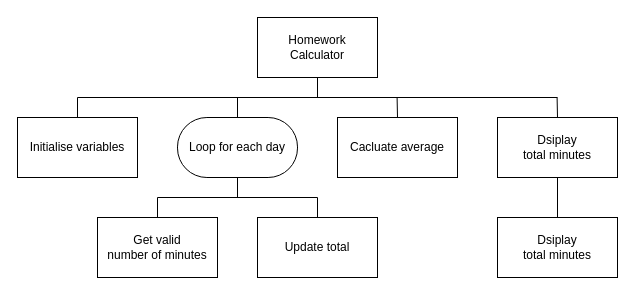
Before: n5-cs/sdd/N5-SDD-Homework/assets/N5-SDD-Homework.drawio in MrFriendCS/MrFriendCS.github.io, a draw.io diagram. Source tidied: cells renumbered, new cells numbered last; positions are measured from the earlier drawing's top-left corner, leaving out a move shared by most shapes. Both pictures are drawn from the tidied source at 100%, with x=0, y=0 at pixel (17, 17).
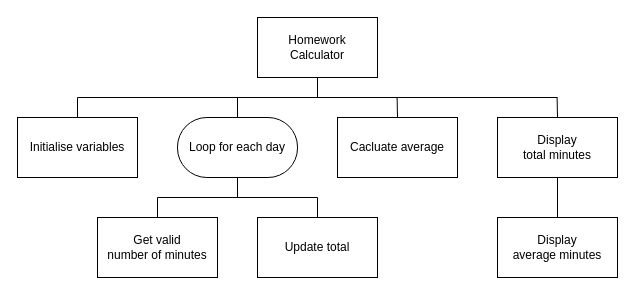
After the change.

The edit, as a diff of the source:
```diff
@@
-    <mxCell id="17" value="&lt;span style=&quot;font-size: 12px;&quot;&gt;Dsiplay&lt;/span&gt;&lt;div&gt;&lt;span style=&quot;font-size: 12px;&quot;&gt;total minutes&lt;/span&gt;&lt;/div&gt;" style="rounded=0;whiteSpace=wrap;html=1;fontFamily=Helvetica;fontSize=11;fontColor=default;labelBackgroundColor=none;fillColor=none;" parent="1" vertex="1">
+    <mxCell id="17" value="&lt;span style=&quot;font-size: 12px;&quot;&gt;Display&lt;/span&gt;&lt;div&gt;&lt;span style=&quot;font-size: 12px;&quot;&gt;total minutes&lt;/span&gt;&lt;/div&gt;" style="rounded=0;whiteSpace=wrap;html=1;fontFamily=Helvetica;fontSize=11;fontColor=default;labelBackgroundColor=none;fillColor=none;" parent="1" vertex="1">
       <mxGeometry x="480" y="100" width="120" height="60" as="geometry" />
     </mxCell>
@@
-    <mxCell id="21" value="&lt;span style=&quot;font-size: 12px;&quot;&gt;Dsiplay&lt;/span&gt;&lt;div&gt;&lt;span style=&quot;font-size: 12px;&quot;&gt;total minutes&lt;/span&gt;&lt;/div&gt;" style="rounded=0;whiteSpace=wrap;html=1;fontFamily=Helvetica;fontSize=11;fontColor=default;labelBackgroundColor=none;fillColor=none;" parent="1" vertex="1">
+    <mxCell id="21" value="&lt;span style=&quot;font-size: 12px;&quot;&gt;Display&lt;/span&gt;&lt;br&gt;&lt;div&gt;&lt;span style=&quot;font-size: 12px;&quot;&gt;average minutes&lt;/span&gt;&lt;/div&gt;" style="rounded=0;whiteSpace=wrap;html=1;fontFamily=Helvetica;fontSize=11;fontColor=default;labelBackgroundColor=none;fillColor=none;" parent="1" vertex="1">
       <mxGeometry x="480" y="200" width="120" height="60" as="geometry" />
     </mxCell>
```
